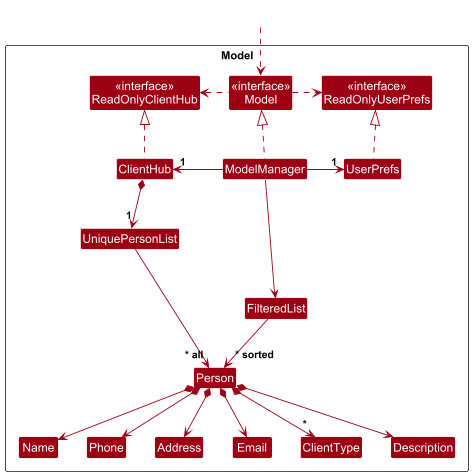
This is docs/images/ModelClassDiagram.png from nus-cs2103-AY2425S1/tp, a PlantUML export, as it was before one commit.
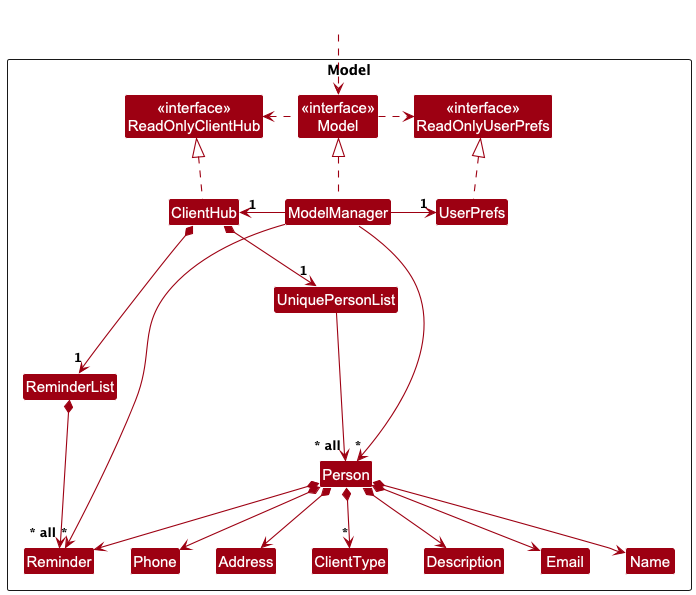
The same file after the commit.

Commit message:
Update png for Class Diagrams

Update Pngs to be the
updated classes and their association

The edit, as a diff of the source:
```diff
@@ -11,9 +11,9 @@
 Class ClientHub
 Class ModelManager
 Class UserPrefs
-Class FilteredList
 
 Class UniquePersonList
+Class ReminderList
 Class Person
 Class Address
 Class Email
@@ -21,6 +21,7 @@
 Class Phone
 Class ClientType
 Class Description
+Class Reminder
 
 Class I #FFFFFF
 }
@@ -38,6 +39,8 @@
 UserPrefs .up.|> ReadOnlyUserPrefs
 
 ClientHub *--> "1" UniquePersonList
+ClientHub *--> "1" ReminderList
+ReminderList *--> "~* all" Reminder
 UniquePersonList --> "~* all" Person
 Person *--> Name
 Person *--> Phone
@@ -45,6 +48,7 @@
 Person *--> Address
 Person *--> "*" ClientType
 Person *--> Description
+Person *--> Reminder
 
 Person -[hidden]up--> I
 UniquePersonList -[hidden]right-> I
@@ -53,6 +57,6 @@
 Phone -[hidden]right-> Address
 Address -[hidden]right-> Email
 
-ModelManager --> FilteredList
-FilteredList --> "~* sorted" Person
+ModelManager --> "~*" Person
+ModelManager --> "~*" Reminder
 @enduml
```
